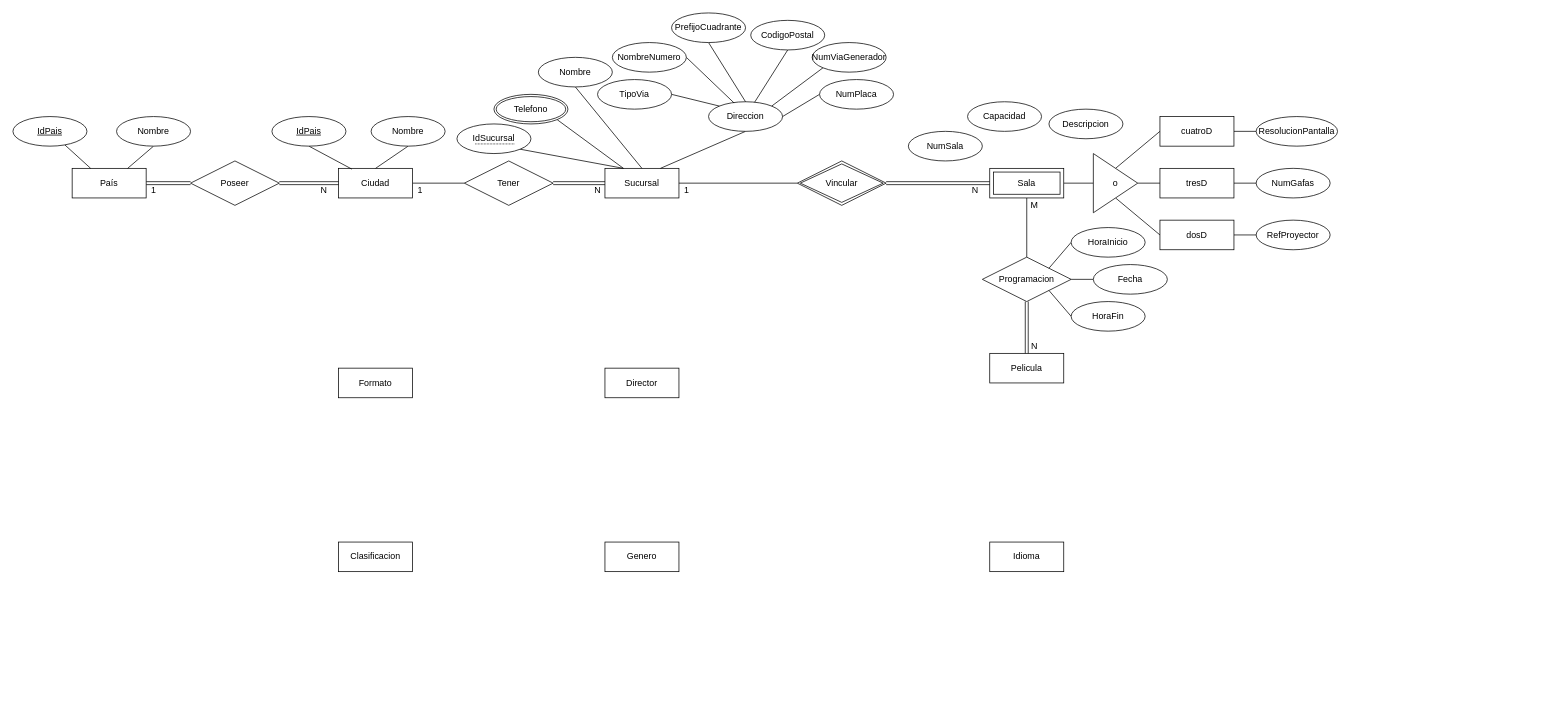
This is Cine.drawio from DehyroM/EjercicioClinica, a draw.io file, before an edit. Source tidied: cells renumbered, new cells numbered last; positions are measured from the earlier drawing's top-left corner, leaving out a move shared by most shapes. Both pictures are drawn from the tidied source at 74%, with x=0, y=0 at pixel (13, 13).
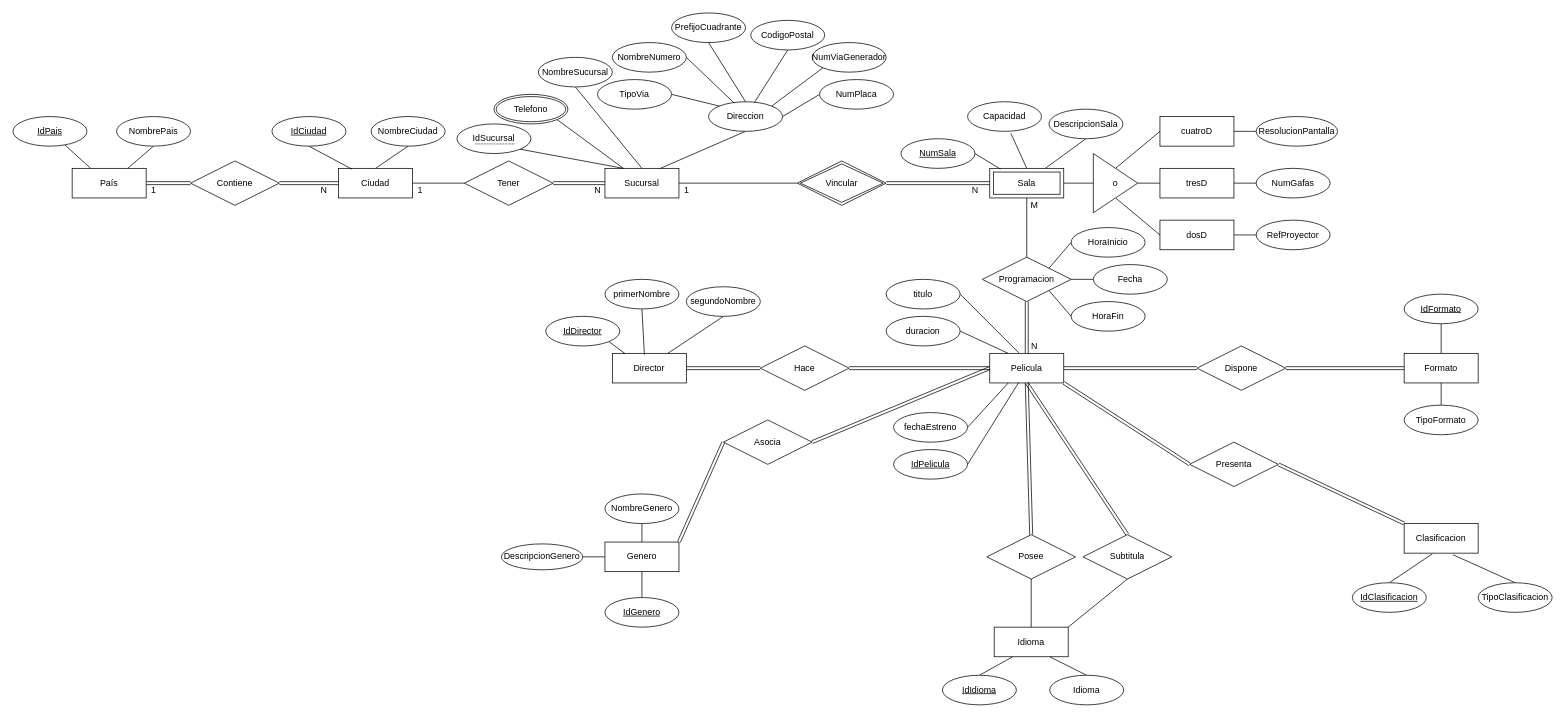
Above is the later version.

The change refers to these unchanged cells:
```xml
<mxCell id="7" value="Pelicula" style="whiteSpace=wrap;html=1;align=center;" parent="1" vertex="1">
  <mxGeometry x="1320" y="460" width="100" height="40" as="geometry" />
</mxCell>
<mxCell id="9" value="Genero" style="whiteSpace=wrap;html=1;align=center;" parent="1" vertex="1">
  <mxGeometry x="800" y="715" width="100" height="40" as="geometry" />
</mxCell>
<mxCell id="31" value="Sala" style="shape=ext;margin=3;double=1;whiteSpace=wrap;html=1;align=center;" parent="1" vertex="1">
  <mxGeometry x="1320" y="210" width="100" height="40" as="geometry" />
</mxCell>
<mxCell id="68" value="Capacidad" style="ellipse;whiteSpace=wrap;html=1;align=center;" parent="1" vertex="1">
  <mxGeometry x="1290" y="120" width="100" height="40" as="geometry" />
</mxCell>
```

Diff of the diagram source:
```diff
@@
+    <mxCell id="83" style="edgeStyle=none;shape=link;rounded=0;jettySize=auto;html=1;exitX=0.5;exitY=1;exitDx=0;exitDy=0;entryX=0.5;entryY=0;entryDx=0;entryDy=0;startArrow=none;startFill=0;endArrow=none;endFill=0;" parent="1" edge="1" source="7" target="101">
+      <mxGeometry relative="1" as="geometry" />
+    </mxCell>
+    <mxCell id="84" style="edgeStyle=none;shape=link;rounded=0;jettySize=auto;html=1;exitX=1;exitY=0.5;exitDx=0;exitDy=0;entryX=0;entryY=0.5;entryDx=0;entryDy=0;startArrow=none;startFill=0;endArrow=none;endFill=0;" parent="1" edge="1" source="7" target="106">
+      <mxGeometry relative="1" as="geometry" />
+    </mxCell>
+    <mxCell id="85" style="edgeStyle=none;rounded=0;jettySize=auto;html=1;exitX=1;exitY=1;exitDx=0;exitDy=0;entryX=0;entryY=0.5;entryDx=0;entryDy=0;startArrow=none;startFill=0;endArrow=none;endFill=0;shape=link;" parent="1" edge="1" source="7" target="134">
+      <mxGeometry relative="1" as="geometry" />
+    </mxCell>
@@
     <mxCell id="8" value="Idioma" style="whiteSpace=wrap;html=1;align=center;" parent="1" vertex="1">
-      <mxGeometry x="1320" y="715" width="100" height="40" as="geometry" />
+      <mxGeometry x="1326" y="830" width="100" height="40" as="geometry" />
     </mxCell>
@@
     <mxCell id="10" value="Clasificacion" style="whiteSpace=wrap;html=1;align=center;" parent="1" vertex="1">
-      <mxGeometry x="440" y="715" width="100" height="40" as="geometry" />
+      <mxGeometry x="1880" y="690" width="100" height="40" as="geometry" />
     </mxCell>
+    <mxCell id="86" style="edgeStyle=none;rounded=0;jettySize=auto;html=1;exitX=1;exitY=0.5;exitDx=0;exitDy=0;entryX=0;entryY=0.5;entryDx=0;entryDy=0;startArrow=none;startFill=0;endArrow=none;endFill=0;shape=link;" parent="1" edge="1" source="11" target="90">
+      <mxGeometry relative="1" as="geometry" />
+    </mxCell>
     <mxCell id="11" value="Director" style="whiteSpace=wrap;html=1;align=center;" parent="1" vertex="1">
-      <mxGeometry x="800" y="480" width="100" height="40" as="geometry" />
+      <mxGeometry x="810" y="460" width="100" height="40" as="geometry" />
     </mxCell>
     <mxCell id="12" value="Formato" style="whiteSpace=wrap;html=1;align=center;" parent="1" vertex="1">
-      <mxGeometry x="440" y="480" width="100" height="40" as="geometry" />
+      <mxGeometry x="1880" y="460" width="100" height="40" as="geometry" />
     </mxCell>
@@
-    <mxCell id="16" value="Nombre" style="ellipse;whiteSpace=wrap;html=1;align=center;" parent="1" vertex="1">
+    <mxCell id="16" value="NombrePais" style="ellipse;whiteSpace=wrap;html=1;align=center;" parent="1" vertex="1">
       <mxGeometry x="140" y="140" width="100" height="40" as="geometry" />
     </mxCell>
@@
-    <mxCell id="18" value="IdPais" style="ellipse;whiteSpace=wrap;html=1;align=center;fontStyle=4;" parent="1" vertex="1">
+    <mxCell id="18" value="IdCiudad" style="ellipse;whiteSpace=wrap;html=1;align=center;fontStyle=4;" parent="1" vertex="1">
       <mxGeometry x="350" y="140" width="100" height="40" as="geometry" />
     </mxCell>
@@
-    <mxCell id="20" value="Nombre" style="ellipse;whiteSpace=wrap;html=1;align=center;" parent="1" vertex="1">
+    <mxCell id="20" value="NombreCiudad" style="ellipse;whiteSpace=wrap;html=1;align=center;" parent="1" vertex="1">
       <mxGeometry x="484" y="140" width="100" height="40" as="geometry" />
     </mxCell>
@@
-    <mxCell id="22" value="Poseer" style="shape=rhombus;perimeter=rhombusPerimeter;whiteSpace=wrap;html=1;align=center;" parent="1" vertex="1">
+    <mxCell id="22" value="Contiene" style="shape=rhombus;perimeter=rhombusPerimeter;whiteSpace=wrap;html=1;align=center;" parent="1" vertex="1">
       <mxGeometry x="240" y="200" width="120" height="60" as="geometry" />
     </mxCell>
@@
-    <mxCell id="38" value="Nombre" style="ellipse;whiteSpace=wrap;html=1;align=center;" parent="1" vertex="1">
+    <mxCell id="38" value="NombreSucursal" style="ellipse;whiteSpace=wrap;html=1;align=center;" parent="1" vertex="1">
       <mxGeometry x="710" y="60" width="100" height="40" as="geometry" />
     </mxCell>
@@
-    <mxCell id="67" value="NumSala" style="ellipse;whiteSpace=wrap;html=1;align=center;" parent="1" vertex="1">
-      <mxGeometry x="1210" y="160" width="100" height="40" as="geometry" />
-    </mxCell>
+    <mxCell id="87" style="edgeStyle=none;rounded=0;jettySize=auto;html=1;exitX=0.586;exitY=1.071;exitDx=0;exitDy=0;entryX=0.5;entryY=0;entryDx=0;entryDy=0;startArrow=none;startFill=0;endArrow=none;endFill=0;exitPerimeter=0;" parent="1" edge="1" source="68" target="31">
+      <mxGeometry relative="1" as="geometry" />
+    </mxCell>
@@
+    <mxCell id="88" style="edgeStyle=none;rounded=0;jettySize=auto;html=1;exitX=0.5;exitY=1;exitDx=0;exitDy=0;entryX=0.75;entryY=0;entryDx=0;entryDy=0;startArrow=none;startFill=0;endArrow=none;endFill=0;" parent="1" edge="1" source="69" target="31">
+      <mxGeometry relative="1" as="geometry" />
+    </mxCell>
-    <mxCell id="69" value="Descripcion" style="ellipse;whiteSpace=wrap;html=1;align=center;" parent="1" vertex="1">
+    <mxCell id="69" value="DescripcionSala" style="ellipse;whiteSpace=wrap;html=1;align=center;" parent="1" vertex="1">
       <mxGeometry x="1400" y="130" width="100" height="40" as="geometry" />
     </mxCell>
@@
+    <mxCell id="89" style="edgeStyle=none;rounded=0;jettySize=auto;html=1;exitX=1;exitY=0.5;exitDx=0;exitDy=0;entryX=0;entryY=0.5;entryDx=0;entryDy=0;startArrow=none;startFill=0;endArrow=none;endFill=0;shape=link;" parent="1" edge="1" source="90" target="7">
+      <mxGeometry relative="1" as="geometry" />
+    </mxCell>
+    <mxCell id="90" value="Hace" style="shape=rhombus;perimeter=rhombusPerimeter;whiteSpace=wrap;html=1;align=center;" parent="1" vertex="1">
+      <mxGeometry x="1010" y="450" width="120" height="60" as="geometry" />
+    </mxCell>
+    <mxCell id="91" style="edgeStyle=none;rounded=0;jettySize=auto;html=1;exitX=1;exitY=1;exitDx=0;exitDy=0;entryX=0.174;entryY=0.012;entryDx=0;entryDy=0;entryPerimeter=0;startArrow=none;startFill=0;endArrow=none;endFill=0;" parent="1" edge="1" source="92" target="11">
+      <mxGeometry relative="1" as="geometry" />
+    </mxCell>
+    <mxCell id="92" value="IdDirector" style="ellipse;whiteSpace=wrap;html=1;align=center;fontStyle=4;" parent="1" vertex="1">
+      <mxGeometry x="720" y="410" width="100" height="40" as="geometry" />
+    </mxCell>
+    <mxCell id="93" style="edgeStyle=none;rounded=0;jettySize=auto;html=1;exitX=0.5;exitY=1;exitDx=0;exitDy=0;entryX=0.75;entryY=0;entryDx=0;entryDy=0;startArrow=none;startFill=0;endArrow=none;endFill=0;" parent="1" edge="1" source="94" target="11">
+      <mxGeometry relative="1" as="geometry" />
+    </mxCell>
+    <mxCell id="94" value="segundoNombre" style="ellipse;whiteSpace=wrap;html=1;align=center;" parent="1" vertex="1">
+      <mxGeometry x="910" y="370" width="100" height="40" as="geometry" />
+    </mxCell>
+    <mxCell id="95" style="edgeStyle=none;rounded=0;jettySize=auto;html=1;exitX=0.5;exitY=1;exitDx=0;exitDy=0;entryX=0.433;entryY=0.041;entryDx=0;entryDy=0;entryPerimeter=0;startArrow=none;startFill=0;endArrow=none;endFill=0;" parent="1" edge="1" source="96" target="11">
+      <mxGeometry relative="1" as="geometry" />
+    </mxCell>
+    <mxCell id="96" value="primerNombre" style="ellipse;whiteSpace=wrap;html=1;align=center;" parent="1" vertex="1">
+      <mxGeometry x="800" y="360" width="100" height="40" as="geometry" />
+    </mxCell>
+    <mxCell id="97" style="edgeStyle=none;shape=link;rounded=0;jettySize=auto;html=1;exitX=0;exitY=0.5;exitDx=0;exitDy=0;entryX=1;entryY=0;entryDx=0;entryDy=0;startArrow=none;startFill=0;endArrow=none;endFill=0;" parent="1" edge="1" source="99" target="9">
+      <mxGeometry relative="1" as="geometry" />
+    </mxCell>
+    <mxCell id="98" style="edgeStyle=none;rounded=0;jettySize=auto;html=1;exitX=1;exitY=0.5;exitDx=0;exitDy=0;entryX=0;entryY=0.5;entryDx=0;entryDy=0;startArrow=none;startFill=0;endArrow=none;endFill=0;shape=link;" parent="1" edge="1" source="99" target="7">
+      <mxGeometry relative="1" as="geometry" />
+    </mxCell>
+    <mxCell id="99" value="Asocia" style="shape=rhombus;perimeter=rhombusPerimeter;whiteSpace=wrap;html=1;align=center;" parent="1" vertex="1">
+      <mxGeometry x="960" y="550" width="120" height="60" as="geometry" />
+    </mxCell>
+    <mxCell id="100" style="edgeStyle=none;rounded=0;jettySize=auto;html=1;exitX=0.5;exitY=1;exitDx=0;exitDy=0;entryX=0.5;entryY=0;entryDx=0;entryDy=0;startArrow=none;startFill=0;endArrow=none;endFill=0;" parent="1" edge="1" source="101" target="8">
+      <mxGeometry relative="1" as="geometry" />
+    </mxCell>
+    <mxCell id="101" value="Posee" style="shape=rhombus;perimeter=rhombusPerimeter;whiteSpace=wrap;html=1;align=center;" parent="1" vertex="1">
+      <mxGeometry x="1316" y="705" width="120" height="60" as="geometry" />
+    </mxCell>
+    <mxCell id="102" style="edgeStyle=none;rounded=0;jettySize=auto;html=1;exitX=0.5;exitY=1;exitDx=0;exitDy=0;entryX=1;entryY=0;entryDx=0;entryDy=0;startArrow=none;startFill=0;endArrow=none;endFill=0;" parent="1" edge="1" source="104" target="8">
+      <mxGeometry relative="1" as="geometry" />
+    </mxCell>
+    <mxCell id="103" style="edgeStyle=none;rounded=0;jettySize=auto;html=1;exitX=0.5;exitY=0;exitDx=0;exitDy=0;entryX=0.5;entryY=1;entryDx=0;entryDy=0;startArrow=none;startFill=0;endArrow=none;endFill=0;shape=link;" parent="1" edge="1" source="104" target="7">
+      <mxGeometry relative="1" as="geometry" />
+    </mxCell>
+    <mxCell id="104" value="Subtitula" style="shape=rhombus;perimeter=rhombusPerimeter;whiteSpace=wrap;html=1;align=center;" parent="1" vertex="1">
+      <mxGeometry x="1446" y="705" width="120" height="60" as="geometry" />
+    </mxCell>
+    <mxCell id="105" style="edgeStyle=none;shape=link;rounded=0;jettySize=auto;html=1;exitX=1;exitY=0.5;exitDx=0;exitDy=0;entryX=0;entryY=0.5;entryDx=0;entryDy=0;startArrow=none;startFill=0;endArrow=none;endFill=0;" parent="1" edge="1" source="106" target="12">
+      <mxGeometry relative="1" as="geometry" />
+    </mxCell>
+    <mxCell id="106" value="Dispone" style="shape=rhombus;perimeter=rhombusPerimeter;whiteSpace=wrap;html=1;align=center;" parent="1" vertex="1">
+      <mxGeometry x="1600" y="450" width="120" height="60" as="geometry" />
+    </mxCell>
+    <mxCell id="107" style="edgeStyle=none;rounded=0;jettySize=auto;html=1;exitX=0.5;exitY=1;exitDx=0;exitDy=0;startArrow=none;startFill=0;endArrow=none;endFill=0;" parent="1" edge="1" source="108" target="12">
+      <mxGeometry relative="1" as="geometry" />
+    </mxCell>
+    <mxCell id="108" value="IdFormato" style="ellipse;whiteSpace=wrap;html=1;align=center;fontStyle=4;" parent="1" vertex="1">
+      <mxGeometry x="1880" y="380" width="100" height="40" as="geometry" />
+    </mxCell>
+    <mxCell id="109" style="edgeStyle=none;rounded=0;jettySize=auto;html=1;exitX=0.5;exitY=0;exitDx=0;exitDy=0;entryX=0.5;entryY=1;entryDx=0;entryDy=0;startArrow=none;startFill=0;endArrow=none;endFill=0;" parent="1" edge="1" source="110" target="12">
+      <mxGeometry relative="1" as="geometry" />
+    </mxCell>
+    <mxCell id="110" value="TipoFormato" style="ellipse;whiteSpace=wrap;html=1;align=center;" parent="1" vertex="1">
+      <mxGeometry x="1880" y="530" width="100" height="40" as="geometry" />
+    </mxCell>
+    <mxCell id="111" style="edgeStyle=none;rounded=0;jettySize=auto;html=1;exitX=0.5;exitY=0;exitDx=0;exitDy=0;entryX=0.25;entryY=1;entryDx=0;entryDy=0;startArrow=none;startFill=0;endArrow=none;endFill=0;" parent="1" edge="1" source="112" target="8">
+      <mxGeometry relative="1" as="geometry" />
+    </mxCell>
+    <mxCell id="112" value="IdIdioma" style="ellipse;whiteSpace=wrap;html=1;align=center;fontStyle=4;" parent="1" vertex="1">
+      <mxGeometry x="1256" y="895" width="100" height="40" as="geometry" />
+    </mxCell>
+    <mxCell id="113" style="edgeStyle=none;rounded=0;jettySize=auto;html=1;exitX=0.5;exitY=0;exitDx=0;exitDy=0;entryX=0.75;entryY=1;entryDx=0;entryDy=0;startArrow=none;startFill=0;endArrow=none;endFill=0;" parent="1" edge="1" source="114" target="8">
+      <mxGeometry relative="1" as="geometry" />
+    </mxCell>
+    <mxCell id="114" value="Idioma" style="ellipse;whiteSpace=wrap;html=1;align=center;" parent="1" vertex="1">
+      <mxGeometry x="1401" y="895" width="100" height="40" as="geometry" />
+    </mxCell>
+    <mxCell id="115" style="edgeStyle=none;rounded=0;jettySize=auto;html=1;exitX=1;exitY=0.5;exitDx=0;exitDy=0;entryX=0;entryY=0.5;entryDx=0;entryDy=0;startArrow=none;startFill=0;endArrow=none;endFill=0;" parent="1" edge="1" source="116" target="9">
+      <mxGeometry relative="1" as="geometry" />
+    </mxCell>
+    <mxCell id="116" value="DescripcionGenero" style="ellipse;whiteSpace=wrap;html=1;align=center;" parent="1" vertex="1">
+      <mxGeometry x="660" y="717.5" width="110" height="35" as="geometry" />
+    </mxCell>
+    <mxCell id="117" style="edgeStyle=none;rounded=0;jettySize=auto;html=1;exitX=0.5;exitY=1;exitDx=0;exitDy=0;entryX=0.5;entryY=0;entryDx=0;entryDy=0;startArrow=none;startFill=0;endArrow=none;endFill=0;" parent="1" edge="1" source="118" target="9">
+      <mxGeometry relative="1" as="geometry" />
+    </mxCell>
+    <mxCell id="118" value="NombreGenero" style="ellipse;whiteSpace=wrap;html=1;align=center;" parent="1" vertex="1">
+      <mxGeometry x="800" y="650" width="100" height="40" as="geometry" />
+    </mxCell>
+    <mxCell id="119" style="edgeStyle=none;rounded=0;jettySize=auto;html=1;exitX=0.5;exitY=0;exitDx=0;exitDy=0;entryX=0.5;entryY=1;entryDx=0;entryDy=0;startArrow=none;startFill=0;endArrow=none;endFill=0;" parent="1" edge="1" source="120" target="9">
+      <mxGeometry relative="1" as="geometry" />
+    </mxCell>
+    <mxCell id="120" value="IdGenero" style="ellipse;whiteSpace=wrap;html=1;align=center;fontStyle=4;" parent="1" vertex="1">
+      <mxGeometry x="800" y="790" width="100" height="40" as="geometry" />
+    </mxCell>
+    <mxCell id="121" style="edgeStyle=none;rounded=0;jettySize=auto;html=1;exitX=1;exitY=0.5;exitDx=0;exitDy=0;entryX=0.392;entryY=0.982;entryDx=0;entryDy=0;entryPerimeter=0;startArrow=none;startFill=0;endArrow=none;endFill=0;" parent="1" edge="1" source="122" target="7">
+      <mxGeometry relative="1" as="geometry" />
+    </mxCell>
+    <mxCell id="122" value="IdPelicula" style="ellipse;whiteSpace=wrap;html=1;align=center;fontStyle=4;" parent="1" vertex="1">
+      <mxGeometry x="1190" y="590" width="100" height="40" as="geometry" />
+    </mxCell>
+    <mxCell id="123" style="edgeStyle=none;rounded=0;jettySize=auto;html=1;exitX=1;exitY=0.5;exitDx=0;exitDy=0;entryX=0.392;entryY=-0.018;entryDx=0;entryDy=0;entryPerimeter=0;startArrow=none;startFill=0;endArrow=none;endFill=0;" parent="1" edge="1" source="124" target="7">
+      <mxGeometry relative="1" as="geometry" />
+    </mxCell>
+    <mxCell id="124" value="titulo" style="ellipse;whiteSpace=wrap;html=1;align=center;" parent="1" vertex="1">
+      <mxGeometry x="1180" y="360" width="100" height="40" as="geometry" />
+    </mxCell>
+    <mxCell id="125" style="edgeStyle=none;rounded=0;jettySize=auto;html=1;exitX=1;exitY=0.5;exitDx=0;exitDy=0;entryX=0.25;entryY=1;entryDx=0;entryDy=0;startArrow=none;startFill=0;endArrow=none;endFill=0;" parent="1" edge="1" source="126" target="7">
+      <mxGeometry relative="1" as="geometry" />
+    </mxCell>
+    <mxCell id="126" value="fechaEstreno" style="ellipse;whiteSpace=wrap;html=1;align=center;" parent="1" vertex="1">
+      <mxGeometry x="1190" y="540" width="100" height="40" as="geometry" />
+    </mxCell>
+    <mxCell id="127" style="edgeStyle=none;rounded=0;jettySize=auto;html=1;exitX=1;exitY=0.5;exitDx=0;exitDy=0;entryX=0.25;entryY=0;entryDx=0;entryDy=0;startArrow=none;startFill=0;endArrow=none;endFill=0;" parent="1" edge="1" source="128" target="7">
+      <mxGeometry relative="1" as="geometry" />
+    </mxCell>
+    <mxCell id="128" value="duracion" style="ellipse;whiteSpace=wrap;html=1;align=center;" parent="1" vertex="1">
+      <mxGeometry x="1180" y="410" width="100" height="40" as="geometry" />
+    </mxCell>
+    <mxCell id="129" style="edgeStyle=none;rounded=0;jettySize=auto;html=1;exitX=0.5;exitY=0;exitDx=0;exitDy=0;entryX=0.38;entryY=1.026;entryDx=0;entryDy=0;entryPerimeter=0;startArrow=none;startFill=0;endArrow=none;endFill=0;" parent="1" edge="1" source="130" target="10">
+      <mxGeometry relative="1" as="geometry" />
+    </mxCell>
+    <mxCell id="130" value="IdClasificacion" style="ellipse;whiteSpace=wrap;html=1;align=center;fontStyle=4;" parent="1" vertex="1">
+      <mxGeometry x="1810" y="770" width="100" height="40" as="geometry" />
+    </mxCell>
+    <mxCell id="131" style="edgeStyle=none;rounded=0;jettySize=auto;html=1;exitX=0.5;exitY=0;exitDx=0;exitDy=0;entryX=0.662;entryY=1.056;entryDx=0;entryDy=0;entryPerimeter=0;startArrow=none;startFill=0;endArrow=none;endFill=0;" parent="1" edge="1" source="132" target="10">
+      <mxGeometry relative="1" as="geometry" />
+    </mxCell>
+    <mxCell id="132" value="TipoClasificacion" style="ellipse;whiteSpace=wrap;html=1;align=center;" parent="1" vertex="1">
+      <mxGeometry x="1980" y="770" width="100" height="40" as="geometry" />
+    </mxCell>
+    <mxCell id="133" style="edgeStyle=none;rounded=0;jettySize=auto;html=1;exitX=1;exitY=0.5;exitDx=0;exitDy=0;entryX=0;entryY=0;entryDx=0;entryDy=0;startArrow=none;startFill=0;endArrow=none;endFill=0;shape=link;" parent="1" edge="1" source="134" target="10">
+      <mxGeometry relative="1" as="geometry" />
+    </mxCell>
+    <mxCell id="134" value="Presenta" style="shape=rhombus;perimeter=rhombusPerimeter;whiteSpace=wrap;html=1;align=center;" parent="1" vertex="1">
+      <mxGeometry x="1590" y="580" width="120" height="60" as="geometry" />
+    </mxCell>
+    <mxCell id="135" style="edgeStyle=none;rounded=0;jettySize=auto;html=1;exitX=1;exitY=0.5;exitDx=0;exitDy=0;entryX=0.145;entryY=0.026;entryDx=0;entryDy=0;entryPerimeter=0;startArrow=none;startFill=0;endArrow=none;endFill=0;" parent="1" edge="1" source="67" target="31">
+      <mxGeometry relative="1" as="geometry" />
+    </mxCell>
+    <mxCell id="67" value="NumSala" style="ellipse;whiteSpace=wrap;html=1;align=center;fontStyle=4;" parent="1" vertex="1">
+      <mxGeometry x="1200" y="170" width="100" height="40" as="geometry" />
+    </mxCell>
```
